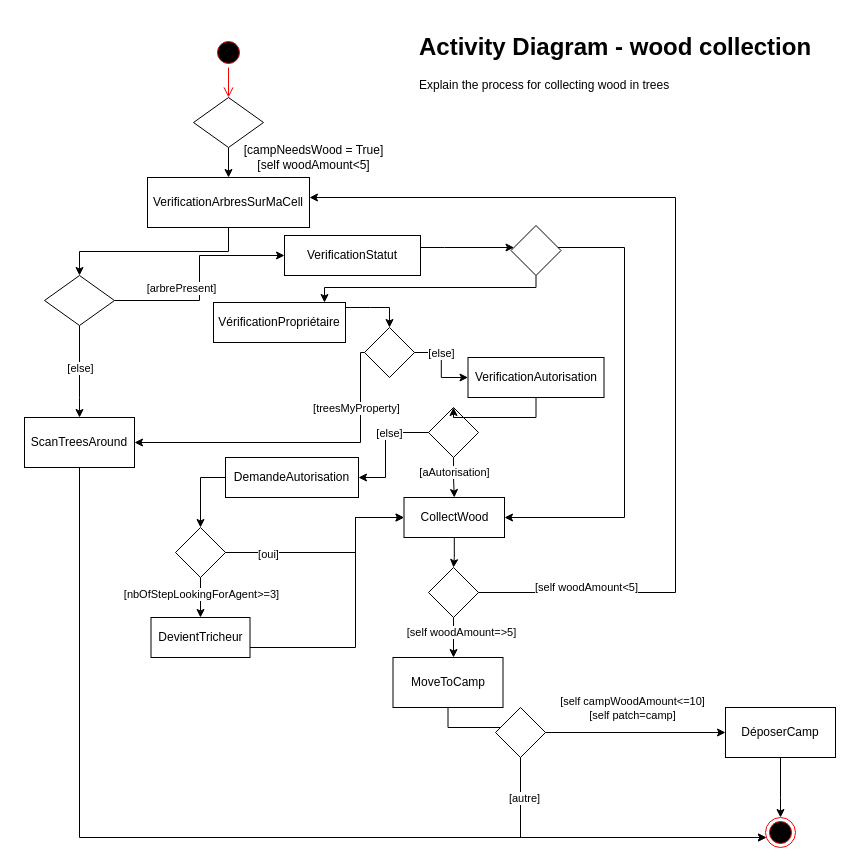
The draw.io diagram page "Page-5" (5 of 6) of DundiV0.drawio in panchovdl/DundiModel, before the edit. Source tidied: cells renumbered, new cells numbered last; positions are measured from the earlier drawing's top-left corner, leaving out a move shared by most shapes. Both pictures are drawn from the tidied source at 100%, with x=0, y=0 at pixel (24, 27).
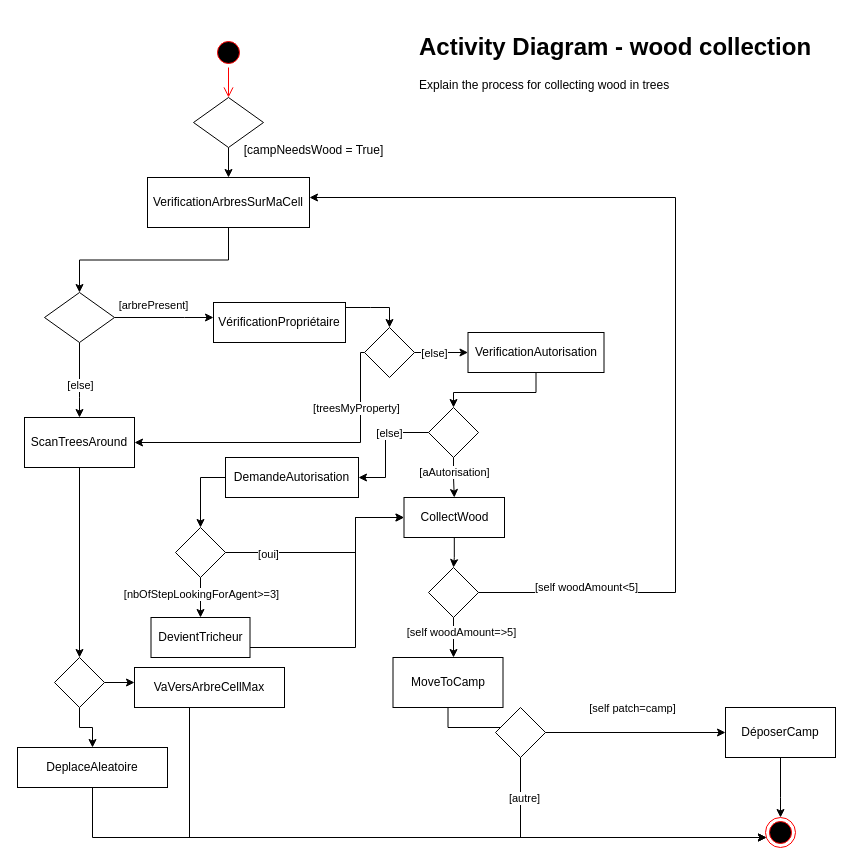
The same page after the edit.

Unchanged cells that the change refers to:
```xml
<mxCell id="12" value="ScanTreesAround" style="html=1;whiteSpace=wrap;" parent="1" vertex="1">
  <mxGeometry y="390" width="110" height="50" as="geometry" />
</mxCell>
<mxCell id="16" value="CollectWood" style="html=1;whiteSpace=wrap;" parent="1" vertex="1">
  <mxGeometry x="379.5" y="470" width="100.5" height="40" as="geometry" />
</mxCell>
<mxCell id="17" style="ellipse;html=1;shape=endState;fillColor=#000000;strokeColor=#ff0000;" parent="1" vertex="1">
  <mxGeometry x="741" y="790" width="30" height="30" as="geometry" />
</mxCell>
<mxCell id="27" value="VérificationPropriétaire" style="html=1;whiteSpace=wrap;" parent="1" vertex="1">
  <mxGeometry x="189" y="275" width="132" height="40" as="geometry" />
</mxCell>
<mxCell id="35" style="edgeStyle=orthogonalEdgeStyle;rounded=0;jettySize=auto;html=1;" parent="1" edge="1" source="33" target="34">
  <mxGeometry relative="1" as="geometry" />
</mxCell>
```

What changed in the source:
```diff
@@
-    <mxCell id="4" style="edgeStyle=orthogonalEdgeStyle;rounded=0;jettySize=auto;html=1;" parent="1" edge="1" source="6" target="57">
-      <mxGeometry relative="1" as="geometry" />
+    <mxCell id="4" style="edgeStyle=orthogonalEdgeStyle;rounded=0;jettySize=auto;html=1;" parent="1" edge="1" source="6" target="27">
+      <mxGeometry relative="1" as="geometry">
+        <Array as="points">
+          <mxPoint x="160" y="290" />
+          <mxPoint x="160" y="290" />
+        </Array>
+      </mxGeometry>
     </mxCell>
@@
     <mxCell id="6" style="rhombus;whiteSpace=wrap;html=1;" parent="1" vertex="1">
-      <mxGeometry x="20" y="248" width="70" height="50" as="geometry" />
+      <mxGeometry x="20" y="265" width="70" height="50" as="geometry" />
     </mxCell>
@@
-    <mxCell id="11" style="edgeStyle=orthogonalEdgeStyle;rounded=0;jettySize=auto;html=1;" parent="1" edge="1" source="12" target="17">
+    <mxCell id="11" style="edgeStyle=orthogonalEdgeStyle;rounded=0;jettySize=auto;html=1;" parent="1" edge="1" source="12" target="66">
       <mxGeometry relative="1" as="geometry">
         <Array as="points">
-          <mxPoint x="55" y="810" />
-          <mxPoint x="756" y="810" />
+          <mxPoint x="55" y="630" />
+          <mxPoint x="55" y="630" />
         </Array>
       </mxGeometry>
     </mxCell>
@@
-    <mxCell id="26" value="&lt;div&gt;[campNeedsWood = True]&lt;/div&gt;&lt;div&gt;[self woodAmount&amp;lt;5]&lt;br&gt;&lt;/div&gt;" style="text;html=1;align=center;verticalAlign=middle;strokeColor=none;fillColor=none;" parent="1" vertex="1">
+    <mxCell id="26" value="&lt;div&gt;[campNeedsWood = True]&lt;/div&gt;&lt;div&gt;&lt;br&gt;&lt;/div&gt;" style="text;html=1;align=center;verticalAlign=middle;strokeColor=none;fillColor=none;" parent="1" vertex="1">
       <mxGeometry x="208.5" y="110" width="160" height="40" as="geometry" />
     </mxCell>
@@
-    <mxCell id="36" value="&lt;div&gt;[self campWoodAmount&amp;lt;=10]&lt;/div&gt;&lt;div&gt;[self patch=camp]&lt;br&gt;&lt;/div&gt;" style="edgeLabel;html=1;align=center;verticalAlign=middle;" parent="35" vertex="1">
+    <mxCell id="36" value="&lt;div&gt;[self patch=camp]&lt;br&gt;&lt;/div&gt;" style="edgeLabel;html=1;align=center;verticalAlign=middle;" parent="35" vertex="1">
       <mxGeometry x="-0.3" relative="1" as="geometry">
         <mxPoint x="23" y="-25" as="offset" />
       </mxGeometry>
     </mxCell>
@@
     <mxCell id="40" value="VerificationAutorisation" style="html=1;whiteSpace=wrap;" parent="1" vertex="1">
-      <mxGeometry x="443.5" y="330" width="136" height="40" as="geometry" />
+      <mxGeometry x="443.5" y="305" width="136" height="40" as="geometry" />
     </mxCell>
@@
-    <mxCell id="57" value="VerificationStatut" style="html=1;whiteSpace=wrap;" parent="1" vertex="1">
-      <mxGeometry x="260" y="208" width="136" height="40" as="geometry" />
-    </mxCell>
-    <mxCell id="58" style="rhombus;whiteSpace=wrap;html=1;" parent="1" vertex="1">
-      <mxGeometry x="486.5" y="198" width="50" height="50" as="geometry" />
-    </mxCell>
-    <mxCell id="59" style="edgeStyle=orthogonalEdgeStyle;rounded=0;jettySize=auto;html=1;" parent="1" edge="1" source="57" target="58">
-      <mxGeometry relative="1" as="geometry">
-        <Array as="points">
-          <mxPoint x="420" y="220" />
-          <mxPoint x="420" y="220" />
-        </Array>
-      </mxGeometry>
-    </mxCell>
-    <mxCell id="60" style="edgeStyle=orthogonalEdgeStyle;rounded=0;jettySize=auto;html=1;" parent="1" edge="1" source="58" target="16">
-      <mxGeometry relative="1" as="geometry">
-        <Array as="points">
-          <mxPoint x="600" y="220" />
-          <mxPoint x="600" y="490" />
-        </Array>
-      </mxGeometry>
-    </mxCell>
-    <mxCell id="61" style="edgeStyle=orthogonalEdgeStyle;rounded=0;jettySize=auto;html=1;" parent="1" edge="1" source="58" target="27">
-      <mxGeometry relative="1" as="geometry">
-        <Array as="points">
-          <mxPoint x="512" y="260" />
-          <mxPoint x="300" y="260" />
-        </Array>
-      </mxGeometry>
-    </mxCell>
+    <mxCell id="62" style="edgeStyle=orthogonalEdgeStyle;rounded=0;jettySize=auto;html=1;" parent="1" edge="1" source="63" target="17">
+      <mxGeometry relative="1" as="geometry">
+        <Array as="points">
+          <mxPoint x="165" y="810" />
+        </Array>
+      </mxGeometry>
+    </mxCell>
+    <mxCell id="63" value="VaVersArbreCellMax" style="html=1;whiteSpace=wrap;" parent="1" vertex="1">
+      <mxGeometry x="110" y="640" width="150" height="40" as="geometry" />
+    </mxCell>
+    <mxCell id="64" style="edgeStyle=orthogonalEdgeStyle;rounded=0;jettySize=auto;html=1;" parent="1" edge="1" source="66" target="63">
+      <mxGeometry relative="1" as="geometry">
+        <Array as="points">
+          <mxPoint x="126" y="655" />
+        </Array>
+      </mxGeometry>
+    </mxCell>
+    <mxCell id="65" style="edgeStyle=orthogonalEdgeStyle;rounded=0;jettySize=auto;html=1;" parent="1" edge="1" source="66" target="68">
+      <mxGeometry relative="1" as="geometry" />
+    </mxCell>
+    <mxCell id="66" style="rhombus;whiteSpace=wrap;html=1;" parent="1" vertex="1">
+      <mxGeometry x="30" y="630" width="50" height="50" as="geometry" />
+    </mxCell>
+    <mxCell id="67" style="edgeStyle=orthogonalEdgeStyle;rounded=0;jettySize=auto;html=1;" parent="1" edge="1" source="68" target="17">
+      <mxGeometry relative="1" as="geometry">
+        <Array as="points">
+          <mxPoint x="68" y="810" />
+        </Array>
+      </mxGeometry>
+    </mxCell>
+    <mxCell id="68" value="DeplaceAleatoire" style="html=1;whiteSpace=wrap;" parent="1" vertex="1">
+      <mxGeometry x="-7" y="720" width="150" height="40" as="geometry" />
+    </mxCell>
```
